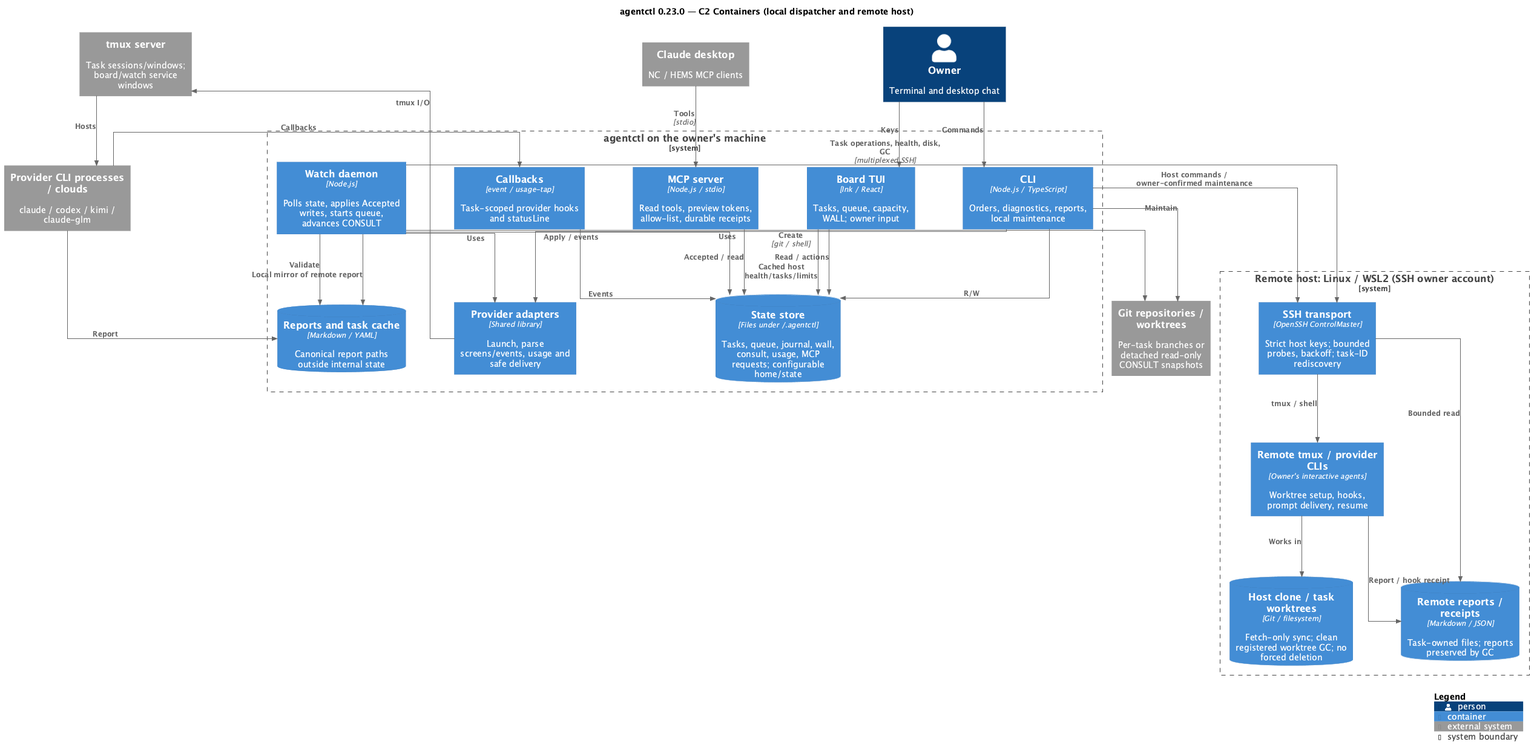
Above: docs/diagrams/containers.png in Setech-pl/agentctl (PlantUML), before the change.
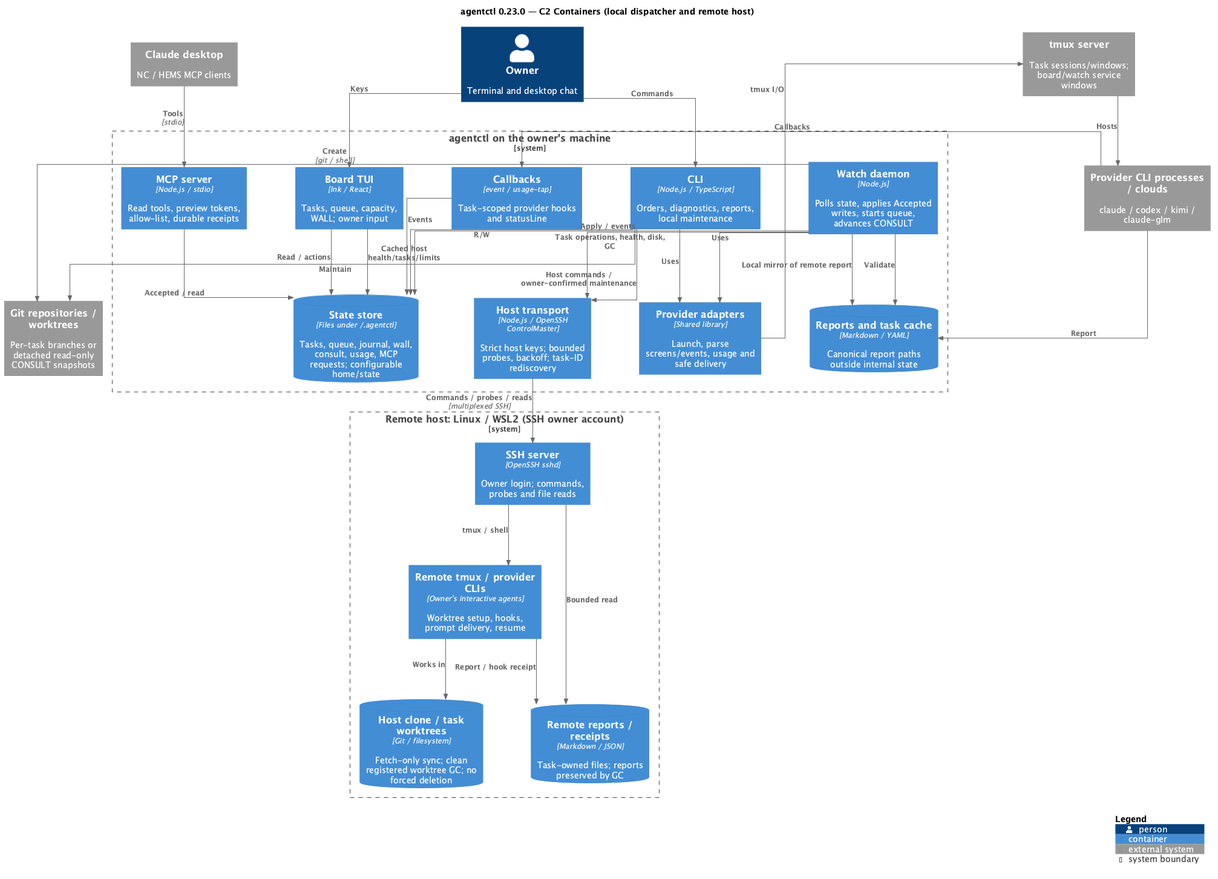
After the change.

Commit message:
docs(hosts): distinguish dispatcher ControlMaster from remote sshd in C2

Change to the diagram source:
```diff
@@ -7,6 +7,7 @@
 Person(owner, "Owner", "Terminal and desktop chat")
 System_Ext(chat, "Claude desktop", "NC / HEMS MCP clients")
 System_Boundary(a, "agentctl on the owner's machine") {
+ Container(transport, "Host transport", "Node.js / OpenSSH ControlMaster", "Strict host keys; bounded probes, backoff; task-ID rediscovery")
  Container(cli, "CLI", "Node.js / TypeScript", "Orders, diagnostics, reports, local maintenance")
  Container(board, "Board TUI", "Ink / React", "Tasks, queue, capacity, WALL; owner input")
  Container(watch, "Watch daemon", "Node.js", "Polls state, applies Accepted writes, starts queue, advances CONSULT")
@@ -20,7 +21,7 @@
 System_Ext(worktrees, "Git repositories / worktrees", "Per-task branches or detached read-only CONSULT snapshots")
 System_Ext(providers, "Provider CLI processes / clouds", "claude / codex / kimi / claude-glm")
 System_Boundary(remote, "Remote host: Linux / WSL2 (SSH owner account)") {
- Container(transport, "SSH transport", "OpenSSH ControlMaster", "Strict host keys; bounded probes, backoff; task-ID rediscovery")
+ Container(sshd, "SSH server", "OpenSSH sshd", "Owner login; commands, probes and file reads")
  Container(remoteTmux, "Remote tmux / provider CLIs", "Owner's interactive agents", "Worktree setup, hooks, prompt delivery, resume")
  ContainerDb(remoteWork, "Host clone / task worktrees", "Git / filesystem", "Fetch-only sync; clean registered worktree GC; no forced deletion")
  ContainerDb(remoteReports, "Remote reports / receipts", "Markdown / JSON", "Task-owned files; reports preserved by GC")
@@ -42,12 +43,13 @@
 Rel(hooks, state, "Events")
 Rel(providers, reports, "Report")
 Rel(watch, reports, "Validate")
-Rel(watch, transport, "Task operations, health, disk, GC", "multiplexed SSH")
+Rel(watch, transport, "Task operations, health, disk, GC")
 Rel(cli, transport, "Host commands / owner-confirmed maintenance")
-Rel(transport, remoteTmux, "tmux / shell")
+Rel(transport, sshd, "Commands / probes / reads", "multiplexed SSH")
+Rel(sshd, remoteTmux, "tmux / shell")
 Rel(remoteTmux, remoteWork, "Works in")
 Rel(remoteTmux, remoteReports, "Report / hook receipt")
-Rel(transport, remoteReports, "Bounded read")
+Rel(sshd, remoteReports, "Bounded read")
 Rel(watch, reports, "Local mirror of remote report")
 Rel(board, state, "Cached host health/tasks/limits")
 SHOW_LEGEND()
```
